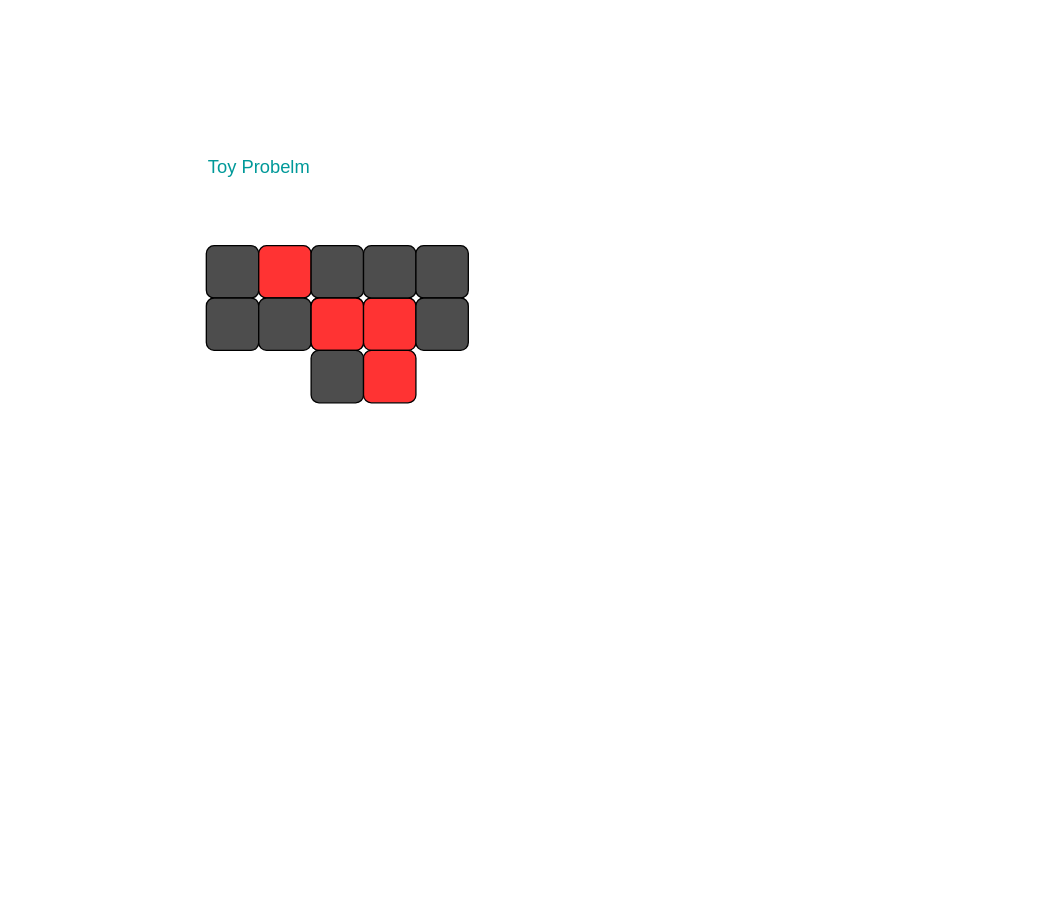
This is page "Illustration" (3 of 4) of DRAFT_RESEARCH.drawio from mkvusa/How-Urban-Is-World-Heritage-, a draw.io file, before an edit. Source tidied: cells renumbered, new cells numbered last; positions are measured from the earlier drawing's top-left corner, leaving out a move shared by most shapes. Both pictures are drawn from the tidied source at 131%, with x=0, y=0 at pixel (199, 153).
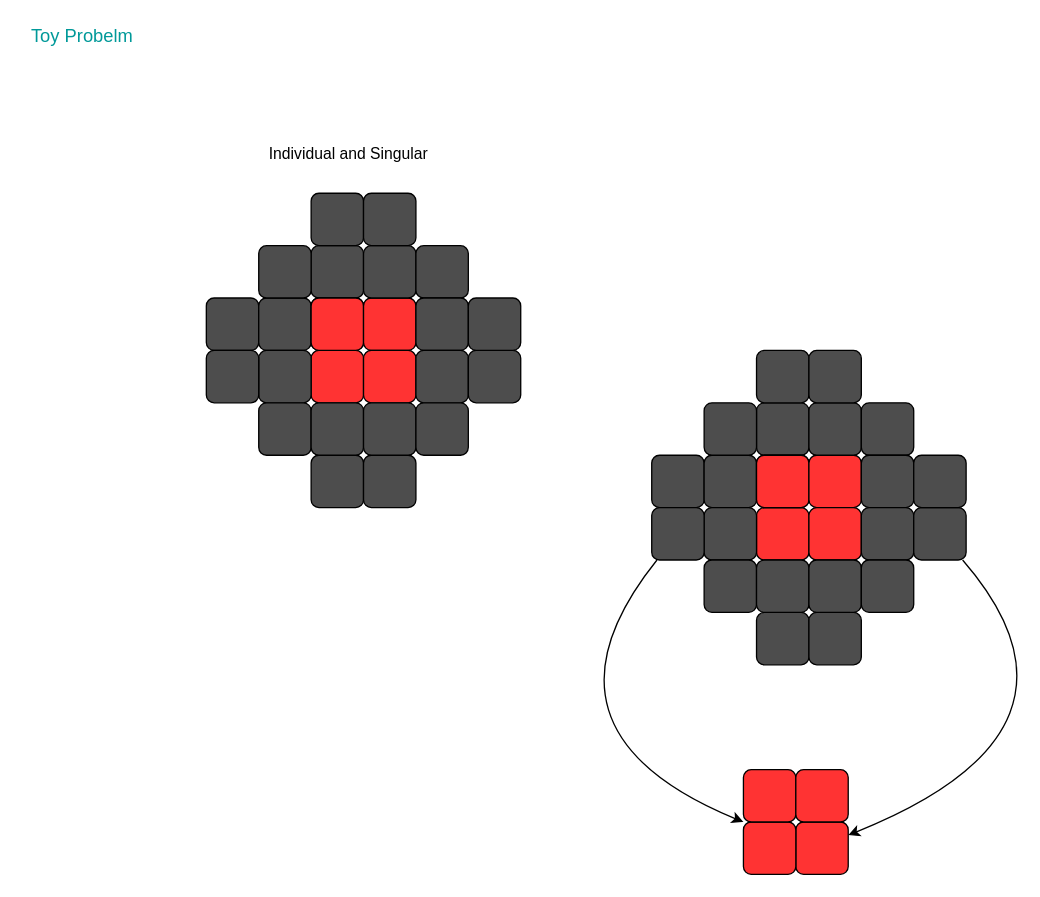
The same diagram, later.

The edit, as a diff of the source:
```diff
@@
     <mxCell id="2" value="Toy Probelm" style="text;html=1;align=center;verticalAlign=middle;fontSize=14;fontColor=#009999;" parent="1" vertex="1">
-      <mxGeometry width="90" height="20" as="geometry" />
+      <mxGeometry x="-135" y="-100" width="90" height="20" as="geometry" />
     </mxCell>
     <mxCell id="3" style="rounded=1;whiteSpace=wrap;html=1;fontSize=14;fontColor=#009999;align=left;fillColor=#4D4D4D;" parent="1" vertex="1">
-      <mxGeometry x="5" y="70" width="40" height="40" as="geometry" />
+      <mxGeometry x="85" y="230" width="40" height="40" as="geometry" />
     </mxCell>
@@
     <mxCell id="5" style="rounded=1;whiteSpace=wrap;html=1;fontSize=14;fontColor=#009999;align=left;fillColor=#FF3333;" parent="1" vertex="1">
-      <mxGeometry x="45" y="70" width="40" height="40" as="geometry" />
+      <mxGeometry x="85" y="150" width="40" height="40" as="geometry" />
     </mxCell>
@@
     <mxCell id="10" style="rounded=1;whiteSpace=wrap;html=1;fontSize=14;fontColor=#009999;align=left;fillColor=#4D4D4D;" parent="1" vertex="1">
-      <mxGeometry x="85" y="150" width="40" height="40" as="geometry" />
+      <mxGeometry x="125" y="230" width="40" height="40" as="geometry" />
     </mxCell>
@@
+    <mxCell id="16" style="rounded=1;whiteSpace=wrap;html=1;fontSize=14;fontColor=#009999;align=left;fillColor=#4D4D4D;" parent="1" vertex="1">
+      <mxGeometry x="165" y="150" width="40" height="40" as="geometry" />
+    </mxCell>
+    <mxCell id="17" style="rounded=1;whiteSpace=wrap;html=1;fontSize=14;fontColor=#009999;align=left;fillColor=#4D4D4D;" parent="1" vertex="1">
+      <mxGeometry x="45" y="150" width="40" height="40" as="geometry" />
+    </mxCell>
+    <mxCell id="18" style="rounded=1;whiteSpace=wrap;html=1;fontSize=14;fontColor=#009999;align=left;fillColor=#4D4D4D;" parent="1" vertex="1">
+      <mxGeometry x="5" y="150" width="40" height="40" as="geometry" />
+    </mxCell>
+    <mxCell id="19" style="rounded=1;whiteSpace=wrap;html=1;fontSize=14;fontColor=#009999;align=left;fillColor=#4D4D4D;" parent="1" vertex="1">
+      <mxGeometry x="205" y="150" width="40" height="40" as="geometry" />
+    </mxCell>
+    <mxCell id="20" style="rounded=1;whiteSpace=wrap;html=1;fontSize=14;fontColor=#009999;align=left;fillColor=#4D4D4D;" parent="1" vertex="1">
+      <mxGeometry x="45" y="190" width="40" height="40" as="geometry" />
+    </mxCell>
+    <mxCell id="21" style="rounded=1;whiteSpace=wrap;html=1;fontSize=14;fontColor=#009999;align=left;fillColor=#4D4D4D;" parent="1" vertex="1">
+      <mxGeometry x="85" y="190" width="40" height="40" as="geometry" />
+    </mxCell>
+    <mxCell id="22" style="rounded=1;whiteSpace=wrap;html=1;fontSize=14;fontColor=#009999;align=left;fillColor=#4D4D4D;" parent="1" vertex="1">
+      <mxGeometry x="125" y="190" width="40" height="40" as="geometry" />
+    </mxCell>
+    <mxCell id="23" style="rounded=1;whiteSpace=wrap;html=1;fontSize=14;fontColor=#009999;align=left;fillColor=#4D4D4D;" parent="1" vertex="1">
+      <mxGeometry x="165" y="190" width="40" height="40" as="geometry" />
+    </mxCell>
+    <mxCell id="24" style="rounded=1;whiteSpace=wrap;html=1;fontSize=14;fontColor=#009999;align=left;fillColor=#4D4D4D;" parent="1" vertex="1">
+      <mxGeometry x="45" y="70" width="40" height="40" as="geometry" />
+    </mxCell>
+    <mxCell id="25" style="rounded=1;whiteSpace=wrap;html=1;fontSize=14;fontColor=#009999;align=left;fillColor=#4D4D4D;" parent="1" vertex="1">
+      <mxGeometry x="205" y="110" width="40" height="40" as="geometry" />
+    </mxCell>
+    <mxCell id="26" style="rounded=1;whiteSpace=wrap;html=1;fontSize=14;fontColor=#009999;align=left;fillColor=#4D4D4D;" parent="1" vertex="1">
+      <mxGeometry x="85" y="30" width="40" height="40" as="geometry" />
+    </mxCell>
+    <mxCell id="27" style="rounded=1;whiteSpace=wrap;html=1;fontSize=14;fontColor=#009999;align=left;fillColor=#4D4D4D;" parent="1" vertex="1">
+      <mxGeometry x="125" y="30" width="40" height="40" as="geometry" />
+    </mxCell>
+    <mxCell id="28" style="rounded=1;whiteSpace=wrap;html=1;fontSize=14;fontColor=#009999;align=left;fillColor=#FF3333;" parent="1" vertex="1">
+      <mxGeometry x="455" y="510" width="40" height="40" as="geometry" />
+    </mxCell>
+    <mxCell id="29" style="rounded=1;whiteSpace=wrap;html=1;fontSize=14;fontColor=#009999;align=left;fillColor=#FF3333;" parent="1" vertex="1">
+      <mxGeometry x="415" y="510" width="40" height="40" as="geometry" />
+    </mxCell>
+    <mxCell id="30" style="rounded=1;whiteSpace=wrap;html=1;fontSize=14;fontColor=#009999;align=left;fillColor=#FF3333;" parent="1" vertex="1">
+      <mxGeometry x="415" y="470" width="40" height="40" as="geometry" />
+    </mxCell>
+    <mxCell id="31" style="rounded=1;whiteSpace=wrap;html=1;fontSize=14;fontColor=#009999;align=left;fillColor=#FF3333;" parent="1" vertex="1">
+      <mxGeometry x="455" y="470" width="40" height="40" as="geometry" />
+    </mxCell>
+    <mxCell id="32" style="rounded=1;whiteSpace=wrap;html=1;fontSize=14;fontColor=#009999;align=left;fillColor=#4D4D4D;" parent="1" vertex="1">
+      <mxGeometry x="425" y="350" width="40" height="40" as="geometry" />
+    </mxCell>
+    <mxCell id="33" style="rounded=1;whiteSpace=wrap;html=1;fontSize=14;fontColor=#009999;align=left;fillColor=#4D4D4D;" parent="1" vertex="1">
+      <mxGeometry x="345" y="230" width="40" height="40" as="geometry" />
+    </mxCell>
+    <mxCell id="34" style="rounded=1;whiteSpace=wrap;html=1;fontSize=14;fontColor=#009999;align=left;fillColor=#FF3333;" parent="1" vertex="1">
+      <mxGeometry x="425" y="270" width="40" height="40" as="geometry" />
+    </mxCell>
+    <mxCell id="35" style="rounded=1;whiteSpace=wrap;html=1;fontSize=14;fontColor=#009999;align=left;fillColor=#4D4D4D;" parent="1" vertex="1">
+      <mxGeometry x="385" y="230" width="40" height="40" as="geometry" />
+    </mxCell>
+    <mxCell id="36" style="rounded=1;whiteSpace=wrap;html=1;fontSize=14;fontColor=#009999;align=left;fillColor=#4D4D4D;" parent="1" vertex="1">
+      <mxGeometry x="425" y="190" width="40" height="40" as="geometry" />
+    </mxCell>
+    <mxCell id="37" style="rounded=1;whiteSpace=wrap;html=1;fontSize=14;fontColor=#009999;align=left;" parent="1" vertex="1">
+      <mxGeometry x="425" y="230" width="40" height="40" as="geometry" />
+    </mxCell>
+    <mxCell id="38" style="rounded=1;whiteSpace=wrap;html=1;fontSize=14;fontColor=#009999;align=left;fillColor=#FF3333;" parent="1" vertex="1">
+      <mxGeometry x="425" y="230" width="40" height="40" as="geometry" />
+    </mxCell>
+    <mxCell id="39" style="rounded=1;whiteSpace=wrap;html=1;fontSize=14;fontColor=#009999;align=left;fillColor=#4D4D4D;" parent="1" vertex="1">
+      <mxGeometry x="465" y="350" width="40" height="40" as="geometry" />
+    </mxCell>
+    <mxCell id="40" style="rounded=1;whiteSpace=wrap;html=1;fontSize=14;fontColor=#009999;align=left;fillColor=#FF3333;" parent="1" vertex="1">
+      <mxGeometry x="465" y="230" width="40" height="40" as="geometry" />
+    </mxCell>
+    <mxCell id="41" style="rounded=1;whiteSpace=wrap;html=1;fontSize=14;fontColor=#009999;align=left;fillColor=#4D4D4D;" parent="1" vertex="1">
+      <mxGeometry x="465" y="190" width="40" height="40" as="geometry" />
+    </mxCell>
+    <mxCell id="42" style="rounded=1;whiteSpace=wrap;html=1;fontSize=14;fontColor=#009999;align=left;fillColor=#FF3333;" parent="1" vertex="1">
+      <mxGeometry x="465" y="270" width="40" height="40" as="geometry" />
+    </mxCell>
+    <mxCell id="43" style="rounded=1;whiteSpace=wrap;html=1;fontSize=14;fontColor=#009999;align=left;fillColor=#4D4D4D;" parent="1" vertex="1">
+      <mxGeometry x="505" y="190" width="40" height="40" as="geometry" />
+    </mxCell>
+    <mxCell id="44" style="rounded=1;whiteSpace=wrap;html=1;fontSize=14;fontColor=#009999;align=left;fillColor=#4D4D4D;" parent="1" vertex="1">
+      <mxGeometry x="505" y="230" width="40" height="40" as="geometry" />
+    </mxCell>
+    <mxCell id="45" style="rounded=1;whiteSpace=wrap;html=1;fontSize=14;fontColor=#009999;align=left;fillColor=#4D4D4D;" parent="1" vertex="1">
+      <mxGeometry x="505" y="270" width="40" height="40" as="geometry" />
+    </mxCell>
+    <mxCell id="46" style="rounded=1;whiteSpace=wrap;html=1;fontSize=14;fontColor=#009999;align=left;fillColor=#4D4D4D;" parent="1" vertex="1">
+      <mxGeometry x="385" y="270" width="40" height="40" as="geometry" />
+    </mxCell>
+    <mxCell id="47" style="edgeStyle=none;html=1;entryX=0;entryY=0;entryDx=0;entryDy=0;curved=1;" parent="1" edge="1" source="48" target="29">
+      <mxGeometry relative="1" as="geometry">
+        <Array as="points">
+          <mxPoint x="245" y="440" />
+        </Array>
+      </mxGeometry>
+    </mxCell>
+    <mxCell id="48" style="rounded=1;whiteSpace=wrap;html=1;fontSize=14;fontColor=#009999;align=left;fillColor=#4D4D4D;" parent="1" vertex="1">
+      <mxGeometry x="345" y="270" width="40" height="40" as="geometry" />
+    </mxCell>
+    <mxCell id="49" style="edgeStyle=none;curved=1;html=1;entryX=1;entryY=0.25;entryDx=0;entryDy=0;" parent="1" edge="1" source="50" target="28">
+      <mxGeometry relative="1" as="geometry">
+        <Array as="points">
+          <mxPoint x="695" y="440" />
+        </Array>
+      </mxGeometry>
+    </mxCell>
+    <mxCell id="50" style="rounded=1;whiteSpace=wrap;html=1;fontSize=14;fontColor=#009999;align=left;fillColor=#4D4D4D;" parent="1" vertex="1">
+      <mxGeometry x="545" y="270" width="40" height="40" as="geometry" />
+    </mxCell>
+    <mxCell id="51" style="rounded=1;whiteSpace=wrap;html=1;fontSize=14;fontColor=#009999;align=left;fillColor=#4D4D4D;" parent="1" vertex="1">
+      <mxGeometry x="385" y="310" width="40" height="40" as="geometry" />
+    </mxCell>
+    <mxCell id="52" style="rounded=1;whiteSpace=wrap;html=1;fontSize=14;fontColor=#009999;align=left;fillColor=#4D4D4D;" parent="1" vertex="1">
+      <mxGeometry x="425" y="310" width="40" height="40" as="geometry" />
+    </mxCell>
+    <mxCell id="53" style="rounded=1;whiteSpace=wrap;html=1;fontSize=14;fontColor=#009999;align=left;fillColor=#4D4D4D;" parent="1" vertex="1">
+      <mxGeometry x="465" y="310" width="40" height="40" as="geometry" />
+    </mxCell>
+    <mxCell id="54" style="rounded=1;whiteSpace=wrap;html=1;fontSize=14;fontColor=#009999;align=left;fillColor=#4D4D4D;" parent="1" vertex="1">
+      <mxGeometry x="505" y="310" width="40" height="40" as="geometry" />
+    </mxCell>
+    <mxCell id="55" style="rounded=1;whiteSpace=wrap;html=1;fontSize=14;fontColor=#009999;align=left;fillColor=#4D4D4D;" parent="1" vertex="1">
+      <mxGeometry x="385" y="190" width="40" height="40" as="geometry" />
+    </mxCell>
+    <mxCell id="56" style="rounded=1;whiteSpace=wrap;html=1;fontSize=14;fontColor=#009999;align=left;fillColor=#4D4D4D;" parent="1" vertex="1">
+      <mxGeometry x="545" y="230" width="40" height="40" as="geometry" />
+    </mxCell>
+    <mxCell id="57" style="rounded=1;whiteSpace=wrap;html=1;fontSize=14;fontColor=#009999;align=left;fillColor=#4D4D4D;" parent="1" vertex="1">
+      <mxGeometry x="425" y="150" width="40" height="40" as="geometry" />
+    </mxCell>
+    <mxCell id="58" style="rounded=1;whiteSpace=wrap;html=1;fontSize=14;fontColor=#009999;align=left;fillColor=#4D4D4D;" parent="1" vertex="1">
+      <mxGeometry x="465" y="150" width="40" height="40" as="geometry" />
+    </mxCell>
+    <mxCell id="59" value="Individual and Singular&amp;nbsp;" style="text;html=1;align=center;verticalAlign=middle;strokeColor=none;fillColor=none;" parent="1" vertex="1">
+      <mxGeometry x="45" y="-10" width="140" height="20" as="geometry" />
+    </mxCell>
```
